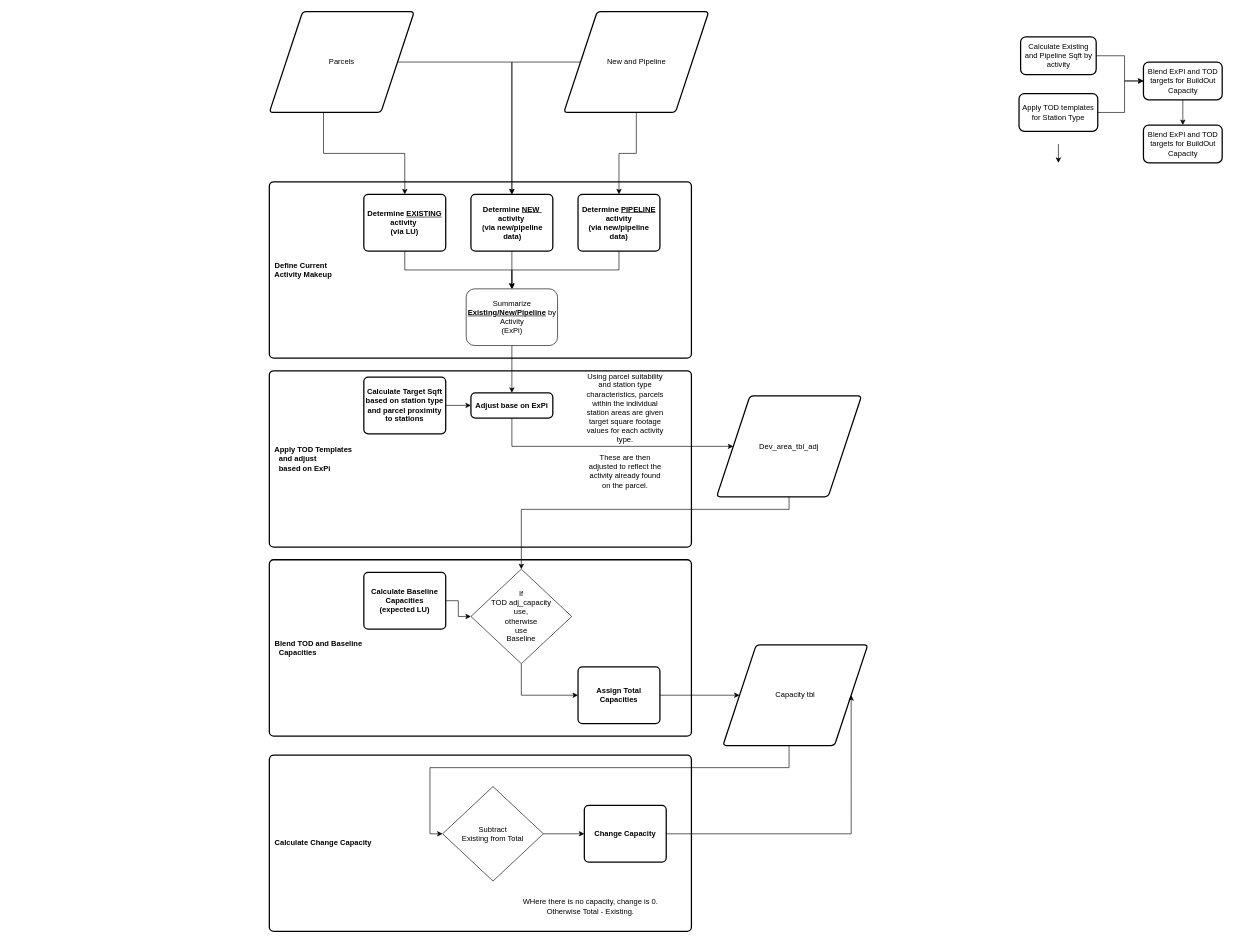
renaissanceplanning/LCBRT_TOD keeps this draw.io diagram as page "Calculate Change Capacity" (3 of 4) of AllocationProcess.drawio. Above is the earlier version. Source tidied: cells renumbered, new cells numbered last; positions are measured from the earlier drawing's top-left corner, leaving out a move shared by most shapes. Both pictures are drawn from the tidied source at 63%, with x=0, y=0 at pixel (269, 11).
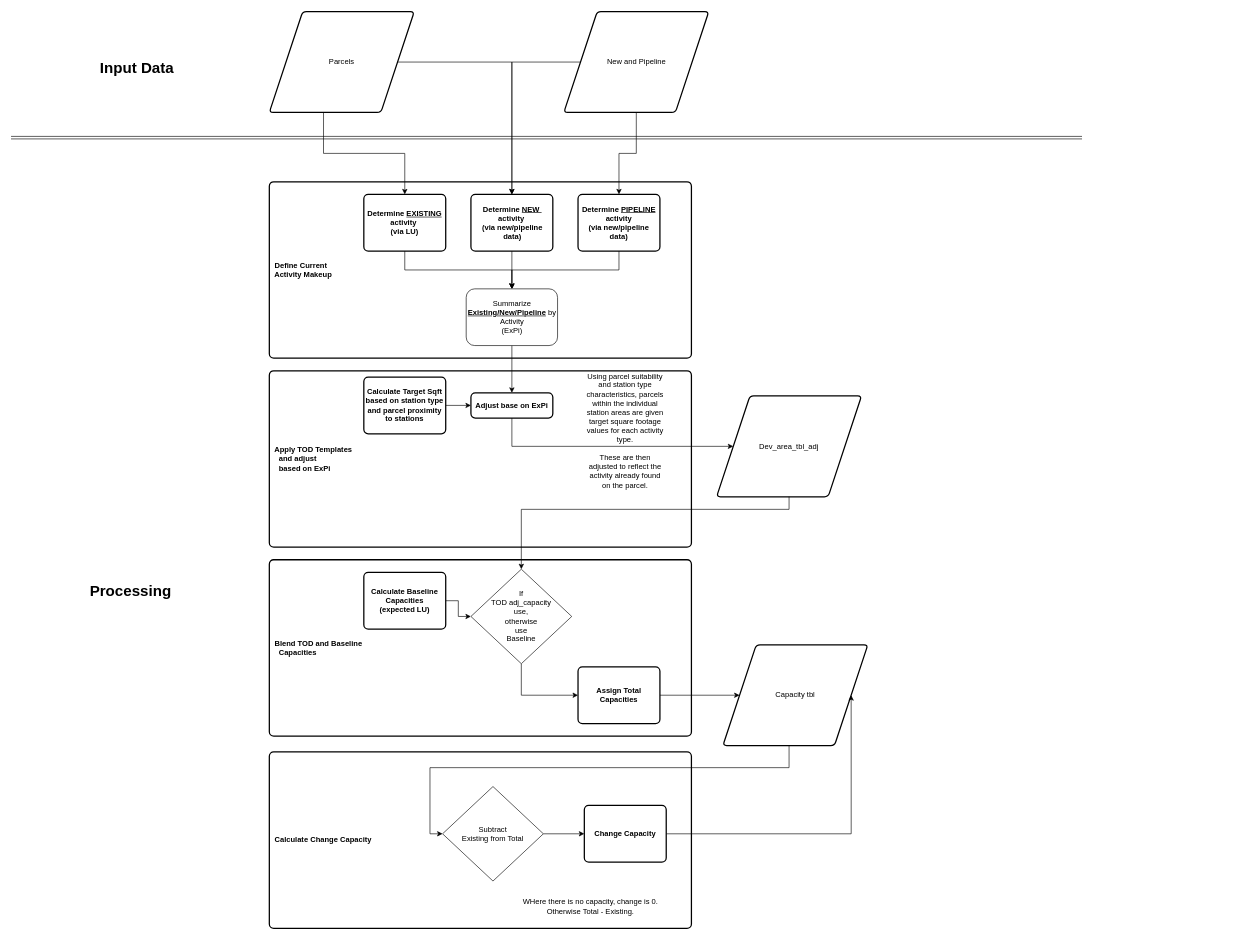
Above is the later version.

Diff of the diagram source:
```diff
@@
-    <mxCell id="4" value="Calculate Existing and Pipeline Sqft by activity" style="whiteSpace=wrap;html=1;rounded=1;strokeWidth=2;arcSize=14;" parent="1" vertex="1">
-      <mxGeometry x="1192.5" y="40" width="120" height="60" as="geometry" />
-    </mxCell>
-    <mxCell id="5" value="Apply TOD templates for Station Type" style="whiteSpace=wrap;html=1;rounded=1;strokeWidth=2;arcSize=14;" parent="1" vertex="1">
-      <mxGeometry x="1190" y="130" width="125" height="60" as="geometry" />
-    </mxCell>
-    <mxCell id="6" style="edgeStyle=orthogonalEdgeStyle;rounded=0;orthogonalLoop=1;jettySize=auto;html=1;" parent="1" edge="1">
-      <mxGeometry relative="1" as="geometry">
-        <mxPoint x="1252.5" y="210" as="sourcePoint" />
-        <mxPoint x="1252.5" y="240" as="targetPoint" />
-      </mxGeometry>
-    </mxCell>
-    <mxCell id="7" value="Blend ExPI and TOD targets for BuildOut Capacity" style="whiteSpace=wrap;html=1;rounded=1;strokeWidth=2;arcSize=14;" parent="1" vertex="1">
-      <mxGeometry x="1387.5" y="80" width="125" height="60" as="geometry" />
-    </mxCell>
-    <mxCell id="8" style="edgeStyle=orthogonalEdgeStyle;rounded=0;jettySize=auto;html=1;exitX=1;exitY=0.5;exitDx=0;exitDy=0;" parent="1" edge="1" source="4" target="7">
-      <mxGeometry relative="1" as="geometry">
-        <Array as="points">
-          <mxPoint x="1357.5" y="70" />
-          <mxPoint x="1357.5" y="110" />
-        </Array>
-      </mxGeometry>
-    </mxCell>
-    <mxCell id="9" style="edgeStyle=orthogonalEdgeStyle;rounded=0;jettySize=auto;html=1;" parent="1" edge="1" source="5" target="7">
-      <mxGeometry relative="1" as="geometry">
-        <Array as="points">
-          <mxPoint x="1357.5" y="160" />
-          <mxPoint x="1357.5" y="110" />
-        </Array>
-      </mxGeometry>
-    </mxCell>
-    <mxCell id="10" value="Blend ExPI and TOD targets for BuildOut Capacity" style="whiteSpace=wrap;html=1;rounded=1;strokeWidth=2;arcSize=14;" parent="1" vertex="1">
-      <mxGeometry x="1387.5" y="180" width="125" height="60" as="geometry" />
-    </mxCell>
-    <mxCell id="11" style="edgeStyle=orthogonalEdgeStyle;rounded=0;jettySize=auto;html=1;" parent="1" edge="1" source="7" target="10">
-      <mxGeometry relative="1" as="geometry" />
-    </mxCell>
@@
     <mxCell id="41" value="&lt;b&gt;&amp;nbsp; Calculate Change Capacity&lt;br&gt;&lt;/b&gt;" style="rounded=1;whiteSpace=wrap;html=1;absoluteArcSize=1;arcSize=14;strokeWidth=2;align=left;" parent="1" vertex="1">
-      <mxGeometry y="1180" width="670" height="280" as="geometry" />
+      <mxGeometry y="1175" width="670" height="280" as="geometry" />
     </mxCell>
@@
+    <mxCell id="48" style="shape=link;html=1;" parent="1" edge="1">
+      <mxGeometry relative="1" as="geometry">
+        <mxPoint x="-410" y="200" as="sourcePoint" />
+        <mxPoint x="1290" y="200" as="targetPoint" />
+      </mxGeometry>
+    </mxCell>
+    <mxCell id="49" value="&lt;h1&gt;Input Data&lt;/h1&gt;" style="text;html=1;strokeColor=none;fillColor=none;align=center;verticalAlign=middle;whiteSpace=wrap;rounded=0;" parent="1" vertex="1">
+      <mxGeometry x="-290" y="80" width="160" height="20" as="geometry" />
+    </mxCell>
+    <mxCell id="50" value="&lt;h1&gt;Processing&lt;/h1&gt;" style="text;html=1;strokeColor=none;fillColor=none;align=center;verticalAlign=middle;whiteSpace=wrap;rounded=0;" parent="1" vertex="1">
+      <mxGeometry x="-300" y="910" width="160" height="20" as="geometry" />
+    </mxCell>
```
